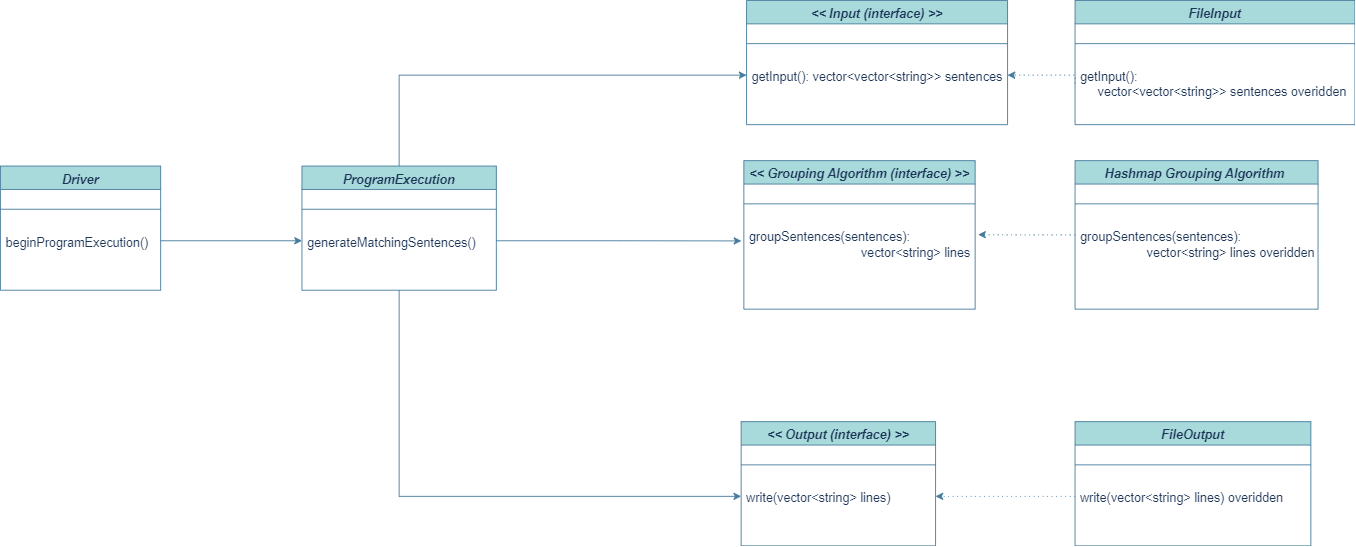
Earlier version of the draw.io export classDiagrams/ClassDiagram.png (abhioshar/Assignment). Source tidied: cells renumbered, new cells last; positions are measured from the earlier drawing's top-left corner, leaving out a move shared by most shapes.
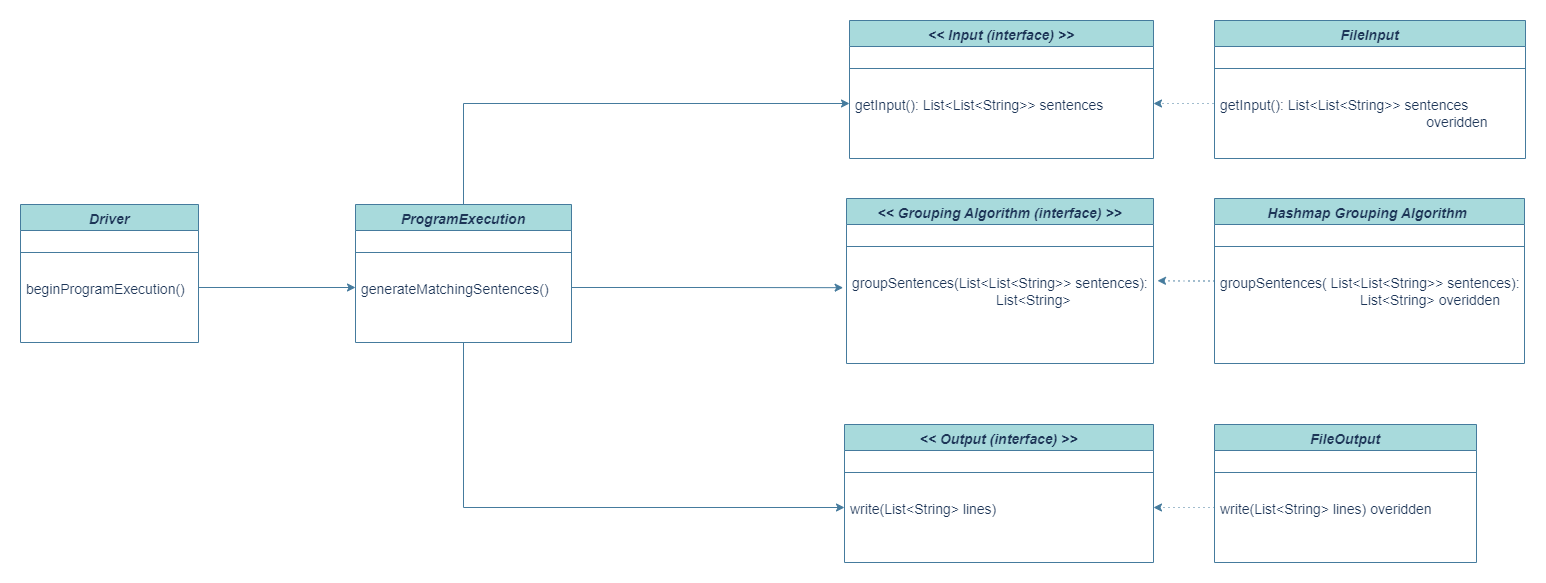
After the commit.

What changed in the source:
```diff
@@ -27,31 +27,31 @@
       <mxGeometry y="70" width="216" height="26" as="geometry" />
     </mxCell>
     <mxCell id="10" value="&lt;&lt; Input (interface) &gt;&gt;" style="swimlane;fontStyle=3;align=center;verticalAlign=top;horizontal=1;startSize=26;rounded=0;shadow=0;strokeWidth=1;labelBackgroundColor=none;fillColor=#A8DADC;strokeColor=#457B9D;fontColor=#1D3557;fontSize=14;" parent="1" vertex="1">
-      <mxGeometry x="829" width="290" height="138" as="geometry" />
+      <mxGeometry x="829" width="304" height="138" as="geometry" />
     </mxCell>
     <mxCell id="11" style="line;html=1;strokeWidth=1;align=left;verticalAlign=middle;spacingTop=-1;spacingLeft=3;spacingRight=3;labelPosition=right;labelBackgroundColor=none;fillColor=#A8DADC;strokeColor=#457B9D;fontColor=#1D3557;" parent="10" vertex="1">
-      <mxGeometry y="26" width="290" height="44" as="geometry" />
+      <mxGeometry y="26" width="304" height="44" as="geometry" />
     </mxCell>
-    <mxCell id="12" value="getInput(): vector&lt;vector&lt;string&gt;&gt; sentences " style="text;align=left;verticalAlign=top;spacingLeft=4;spacingRight=4;overflow=hidden;points=[[0,0.5],[1,0.5]];portConstraint=eastwest;labelBackgroundColor=none;fontColor=#1D3557;fontSize=14;" parent="10" vertex="1">
-      <mxGeometry y="70" width="290" height="26" as="geometry" />
+    <mxCell id="12" value="getInput(): List&lt;List&lt;String&gt;&gt; sentences" style="text;align=left;verticalAlign=top;spacingLeft=4;spacingRight=4;overflow=hidden;points=[[0,0.5],[1,0.5]];portConstraint=eastwest;labelBackgroundColor=none;fontColor=#1D3557;fontSize=14;" parent="10" vertex="1">
+      <mxGeometry y="70" width="304" height="26" as="geometry" />
     </mxCell>
     <mxCell id="13" value="&lt;&lt; Grouping Algorithm (interface) &gt;&gt;" style="swimlane;fontStyle=3;align=center;verticalAlign=top;horizontal=1;startSize=26;rounded=0;shadow=0;strokeWidth=1;labelBackgroundColor=none;fillColor=#A8DADC;strokeColor=#457B9D;fontColor=#1D3557;fontSize=14;" parent="1" vertex="1">
-      <mxGeometry x="826" y="178" width="257" height="165" as="geometry" />
+      <mxGeometry x="826" y="178" width="307" height="165" as="geometry" />
     </mxCell>
     <mxCell id="14" style="line;html=1;strokeWidth=1;align=left;verticalAlign=middle;spacingTop=-1;spacingLeft=3;spacingRight=3;labelPosition=right;labelBackgroundColor=none;fillColor=#A8DADC;strokeColor=#457B9D;fontColor=#1D3557;" parent="13" vertex="1">
-      <mxGeometry y="26" width="257" height="44" as="geometry" />
+      <mxGeometry y="26" width="307" height="44" as="geometry" />
     </mxCell>
-    <mxCell id="15" value="groupSentences(sentences): &#10;                                vector&lt;string&gt; lines" style="text;align=left;verticalAlign=top;spacingLeft=4;spacingRight=4;overflow=hidden;points=[[0,0.5],[1,0.5]];portConstraint=eastwest;labelBackgroundColor=none;fontColor=#1D3557;fontSize=14;" parent="13" vertex="1">
-      <mxGeometry y="70" width="257" height="52" as="geometry" />
+    <mxCell id="15" value="groupSentences(List&lt;List&lt;String&gt;&gt; sentences): &#10;                                     List&lt;String&gt;" style="text;align=left;verticalAlign=top;spacingLeft=4;spacingRight=4;overflow=hidden;points=[[0,0.5],[1,0.5]];portConstraint=eastwest;labelBackgroundColor=none;fontColor=#1D3557;fontSize=14;" parent="13" vertex="1">
+      <mxGeometry y="70" width="307" height="52" as="geometry" />
     </mxCell>
     <mxCell id="16" value="&lt;&lt; Output (interface) &gt;&gt;" style="swimlane;fontStyle=3;align=center;verticalAlign=top;horizontal=1;startSize=26;rounded=0;shadow=0;strokeWidth=1;labelBackgroundColor=none;fillColor=#A8DADC;strokeColor=#457B9D;fontColor=#1D3557;fontSize=14;" parent="1" vertex="1">
-      <mxGeometry x="823" y="468" width="216" height="138" as="geometry" />
+      <mxGeometry x="824" y="404" width="309" height="138" as="geometry" />
     </mxCell>
     <mxCell id="17" style="line;html=1;strokeWidth=1;align=left;verticalAlign=middle;spacingTop=-1;spacingLeft=3;spacingRight=3;labelPosition=right;labelBackgroundColor=none;fillColor=#A8DADC;strokeColor=#457B9D;fontColor=#1D3557;" parent="16" vertex="1">
-      <mxGeometry y="26" width="216" height="44" as="geometry" />
+      <mxGeometry y="26" width="309" height="44" as="geometry" />
     </mxCell>
-    <mxCell id="18" value="write(vector&lt;string&gt; lines)" style="text;align=left;verticalAlign=top;spacingLeft=4;spacingRight=4;overflow=hidden;points=[[0,0.5],[1,0.5]];portConstraint=eastwest;labelBackgroundColor=none;fontColor=#1D3557;fontSize=14;" parent="16" vertex="1">
-      <mxGeometry y="70" width="216" height="26" as="geometry" />
+    <mxCell id="18" value="write(List&lt;String&gt; lines)" style="text;align=left;verticalAlign=top;spacingLeft=4;spacingRight=4;overflow=hidden;points=[[0,0.5],[1,0.5]];portConstraint=eastwest;labelBackgroundColor=none;fontColor=#1D3557;fontSize=14;" parent="16" vertex="1">
+      <mxGeometry y="70" width="309" height="26" as="geometry" />
     </mxCell>
     <mxCell id="19" style="edgeStyle=orthogonalEdgeStyle;rounded=0;jettySize=auto;html=1;entryX=1;entryY=0.5;entryDx=0;entryDy=0;strokeColor=#457B9D;fontSize=14;fontColor=#1D3557;fillColor=#A8DADC;dashed=1;dashPattern=1 4;strokeWidth=1;exitX=0;exitY=0.5;exitDx=0;exitDy=0;" parent="1" edge="1" source="22" target="12">
       <mxGeometry relative="1" as="geometry">
@@ -66,29 +66,29 @@
     <mxCell id="21" style="line;html=1;strokeWidth=1;align=left;verticalAlign=middle;spacingTop=-1;spacingLeft=3;spacingRight=3;labelPosition=right;labelBackgroundColor=none;fillColor=#A8DADC;strokeColor=#457B9D;fontColor=#1D3557;" parent="20" vertex="1">
       <mxGeometry y="26" width="311" height="44" as="geometry" />
     </mxCell>
-    <mxCell id="22" value="getInput(): &#10;     vector&lt;vector&lt;string&gt;&gt; sentences overidden" style="text;align=left;verticalAlign=top;spacingLeft=4;spacingRight=4;overflow=hidden;points=[[0,0.5],[1,0.5]];portConstraint=eastwest;labelBackgroundColor=none;fontColor=#1D3557;fontSize=14;" parent="20" vertex="1">
+    <mxCell id="22" value="getInput(): List&lt;List&lt;String&gt;&gt; sentences&#10;                                                     overidden  " style="text;align=left;verticalAlign=top;spacingLeft=4;spacingRight=4;overflow=hidden;points=[[0,0.5],[1,0.5]];portConstraint=eastwest;labelBackgroundColor=none;fontColor=#1D3557;fontSize=14;" parent="20" vertex="1">
       <mxGeometry y="70" width="311" height="44" as="geometry" />
     </mxCell>
     <mxCell id="23" value="FileOutput" style="swimlane;fontStyle=3;align=center;verticalAlign=top;horizontal=1;startSize=26;rounded=0;shadow=0;strokeWidth=1;labelBackgroundColor=none;fillColor=#A8DADC;strokeColor=#457B9D;fontColor=#1D3557;fontSize=14;" parent="1" vertex="1">
-      <mxGeometry x="1194" y="468" width="262" height="138" as="geometry" />
+      <mxGeometry x="1194" y="404" width="262" height="138" as="geometry" />
     </mxCell>
     <mxCell id="24" style="line;html=1;strokeWidth=1;align=left;verticalAlign=middle;spacingTop=-1;spacingLeft=3;spacingRight=3;labelPosition=right;labelBackgroundColor=none;fillColor=#A8DADC;strokeColor=#457B9D;fontColor=#1D3557;" parent="23" vertex="1">
       <mxGeometry y="26" width="262" height="44" as="geometry" />
     </mxCell>
-    <mxCell id="25" value="write(vector&lt;string&gt; lines) overidden" style="text;align=left;verticalAlign=top;spacingLeft=4;spacingRight=4;overflow=hidden;points=[[0,0.5],[1,0.5]];portConstraint=eastwest;labelBackgroundColor=none;fontColor=#1D3557;fontSize=14;" parent="23" vertex="1">
+    <mxCell id="25" value="write(List&lt;String&gt; lines) overidden" style="text;align=left;verticalAlign=top;spacingLeft=4;spacingRight=4;overflow=hidden;points=[[0,0.5],[1,0.5]];portConstraint=eastwest;labelBackgroundColor=none;fontColor=#1D3557;fontSize=14;" parent="23" vertex="1">
       <mxGeometry y="70" width="262" height="26" as="geometry" />
     </mxCell>
     <mxCell id="26" style="edgeStyle=orthogonalEdgeStyle;rounded=0;jettySize=auto;html=1;entryX=1.013;entryY=0.235;entryDx=0;entryDy=0;entryPerimeter=0;dashed=1;dashPattern=1 4;strokeColor=#457B9D;strokeWidth=1;fontSize=14;fontColor=#1D3557;fillColor=#A8DADC;" parent="1" edge="1" source="27" target="15">
       <mxGeometry relative="1" as="geometry" />
     </mxCell>
     <mxCell id="27" value="Hashmap Grouping Algorithm " style="swimlane;fontStyle=3;align=center;verticalAlign=top;horizontal=1;startSize=26;rounded=0;shadow=0;strokeWidth=1;labelBackgroundColor=none;fillColor=#A8DADC;strokeColor=#457B9D;fontColor=#1D3557;fontSize=14;" parent="1" vertex="1">
-      <mxGeometry x="1194" y="178" width="270" height="165" as="geometry" />
+      <mxGeometry x="1194" y="178" width="310" height="165" as="geometry" />
     </mxCell>
     <mxCell id="28" style="line;html=1;strokeWidth=1;align=left;verticalAlign=middle;spacingTop=-1;spacingLeft=3;spacingRight=3;labelPosition=right;labelBackgroundColor=none;fillColor=#A8DADC;strokeColor=#457B9D;fontColor=#1D3557;" parent="27" vertex="1">
-      <mxGeometry y="26" width="270" height="44" as="geometry" />
+      <mxGeometry y="26" width="310" height="44" as="geometry" />
     </mxCell>
-    <mxCell id="29" value="groupSentences(sentences): &#10;                   vector&lt;string&gt; lines overidden" style="text;align=left;verticalAlign=top;spacingLeft=4;spacingRight=4;overflow=hidden;labelBackgroundColor=none;fontColor=#1D3557;fontSize=14;fontStyle=0;" parent="27" vertex="1">
-      <mxGeometry y="70" width="270" height="52" as="geometry" />
+    <mxCell id="29" value="groupSentences( List&lt;List&lt;String&gt;&gt; sentences): &#10;                                    List&lt;String&gt; overidden" style="text;align=left;verticalAlign=top;spacingLeft=4;spacingRight=4;overflow=hidden;labelBackgroundColor=none;fontColor=#1D3557;fontSize=14;fontStyle=0;" parent="27" vertex="1">
+      <mxGeometry y="70" width="310" height="52" as="geometry" />
     </mxCell>
     <mxCell id="30" style="edgeStyle=orthogonalEdgeStyle;rounded=0;jettySize=auto;html=1;exitX=1;exitY=0.5;exitDx=0;exitDy=0;entryX=-0.011;entryY=0.369;entryDx=0;entryDy=0;entryPerimeter=0;strokeColor=#457B9D;fontSize=14;fontColor=#1D3557;fillColor=#A8DADC;" parent="1" edge="1" source="9" target="15">
       <mxGeometry relative="1" as="geometry" />
```
